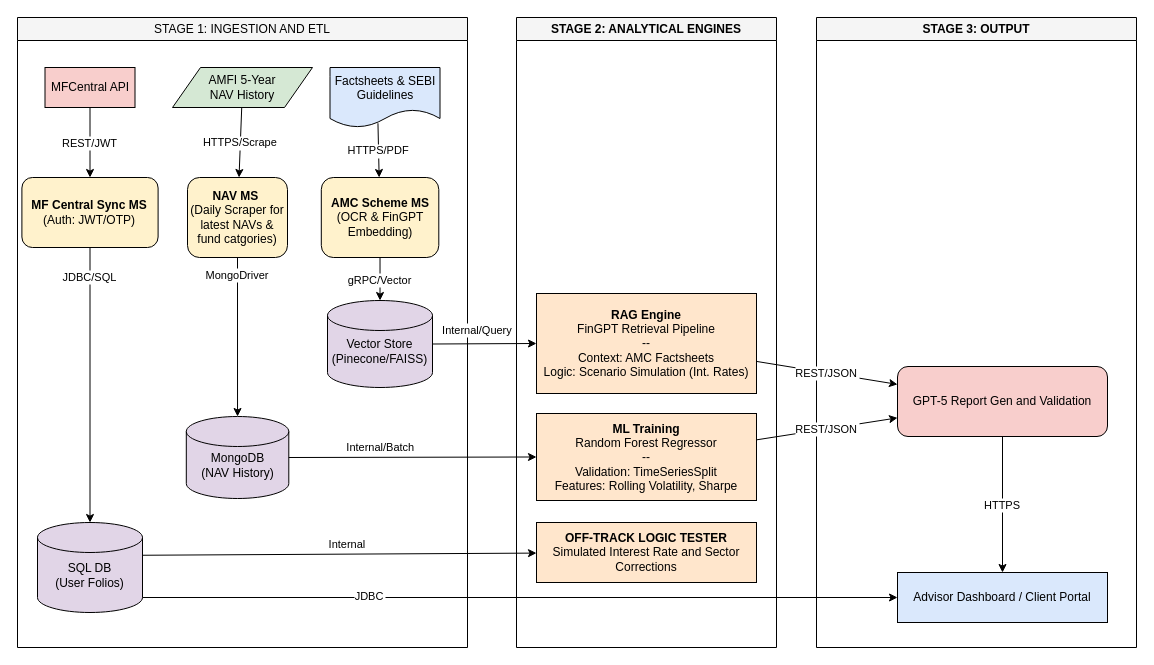
This is docs/diagrams/aiml-wms.v03.drawio from govindthange/agentic-wealth-advisor-crew, a draw.io file, before an edit. Source tidied: cells renumbered, new cells numbered last; positions are measured from the earlier drawing's top-left corner, leaving out a move shared by most shapes. Both pictures are drawn from the tidied source at 100%, with x=0, y=0 at pixel (17, 17).
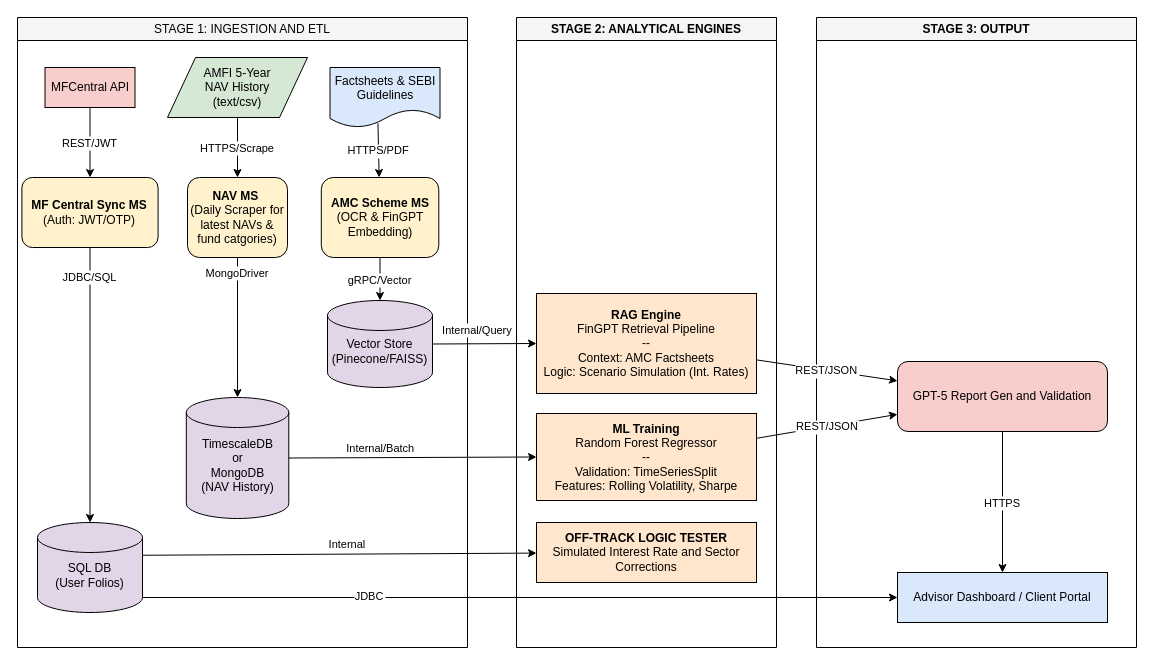
The same page after the edit.

The change refers to these unchanged cells:
```xml
<mxCell id="2" value="STAGE 1: INGESTION AND ETL" style="swimlane;whiteSpace=wrap;html=1;fillColor=#f5f5f5;fontStyle=0;" parent="1" vertex="1">
  <mxGeometry width="450" height="630" as="geometry" />
</mxCell>
<mxCell id="22" value="STAGE 3: OUTPUT" style="swimlane;whiteSpace=wrap;html=1;fillColor=#f5f5f5;fontStyle=1;" parent="1" vertex="1">
  <mxGeometry x="799" width="320" height="630" as="geometry" />
</mxCell>
```

Diff of the diagram source:
```diff
@@
-    <mxCell id="3" value="AMFI 5-Year&lt;div&gt;NAV History&lt;/div&gt;" style="shape=parallelogram;whiteSpace=wrap;html=1;fillColor=#d5e8d4;" parent="2" vertex="1">
-      <mxGeometry x="155" y="50" width="140" height="40" as="geometry" />
+    <mxCell id="3" value="AMFI 5-Year&lt;div&gt;NAV History&lt;/div&gt;&lt;div&gt;(text/csv)&lt;/div&gt;" style="shape=parallelogram;whiteSpace=wrap;html=1;fillColor=#d5e8d4;" parent="2" vertex="1">
+      <mxGeometry x="150" y="40" width="140" height="60" as="geometry" />
     </mxCell>
@@
-    <mxCell id="5" value="&lt;span style=&quot;color: rgb(0, 0, 0);&quot;&gt;MongoDB&lt;/span&gt;&lt;div&gt;&lt;span style=&quot;color: rgb(0, 0, 0);&quot;&gt;(NAV History)&lt;/span&gt;&lt;/div&gt;" style="shape=cylinder3;whiteSpace=wrap;html=1;fillColor=#e1d5e7;spacingTop=15;" parent="2" vertex="1">
-      <mxGeometry x="168.8" y="399" width="102.5" height="82" as="geometry" />
+    <mxCell id="5" value="&lt;span style=&quot;color: rgb(0, 0, 0);&quot;&gt;TimescaleDB&lt;/span&gt;&lt;div&gt;&lt;span style=&quot;color: rgb(0, 0, 0);&quot;&gt;or&lt;/span&gt;&lt;/div&gt;&lt;div&gt;&lt;span style=&quot;color: rgb(0, 0, 0);&quot;&gt;MongoDB&lt;/span&gt;&lt;div&gt;&lt;span style=&quot;color: rgb(0, 0, 0);&quot;&gt;(NAV History)&lt;/span&gt;&lt;/div&gt;&lt;/div&gt;" style="shape=cylinder3;whiteSpace=wrap;html=1;fillColor=#e1d5e7;spacingTop=15;" parent="2" vertex="1">
+      <mxGeometry x="168.8" y="380" width="102.5" height="121" as="geometry" />
     </mxCell>
@@
     <mxCell id="23" value="GPT-5 Report Gen and Validation" style="rounded=1;whiteSpace=wrap;html=1;fillColor=#f8cecc;" parent="22" vertex="1">
-      <mxGeometry x="81" y="349" width="210" height="70" as="geometry" />
+      <mxGeometry x="81" y="344" width="210" height="70" as="geometry" />
     </mxCell>
```
